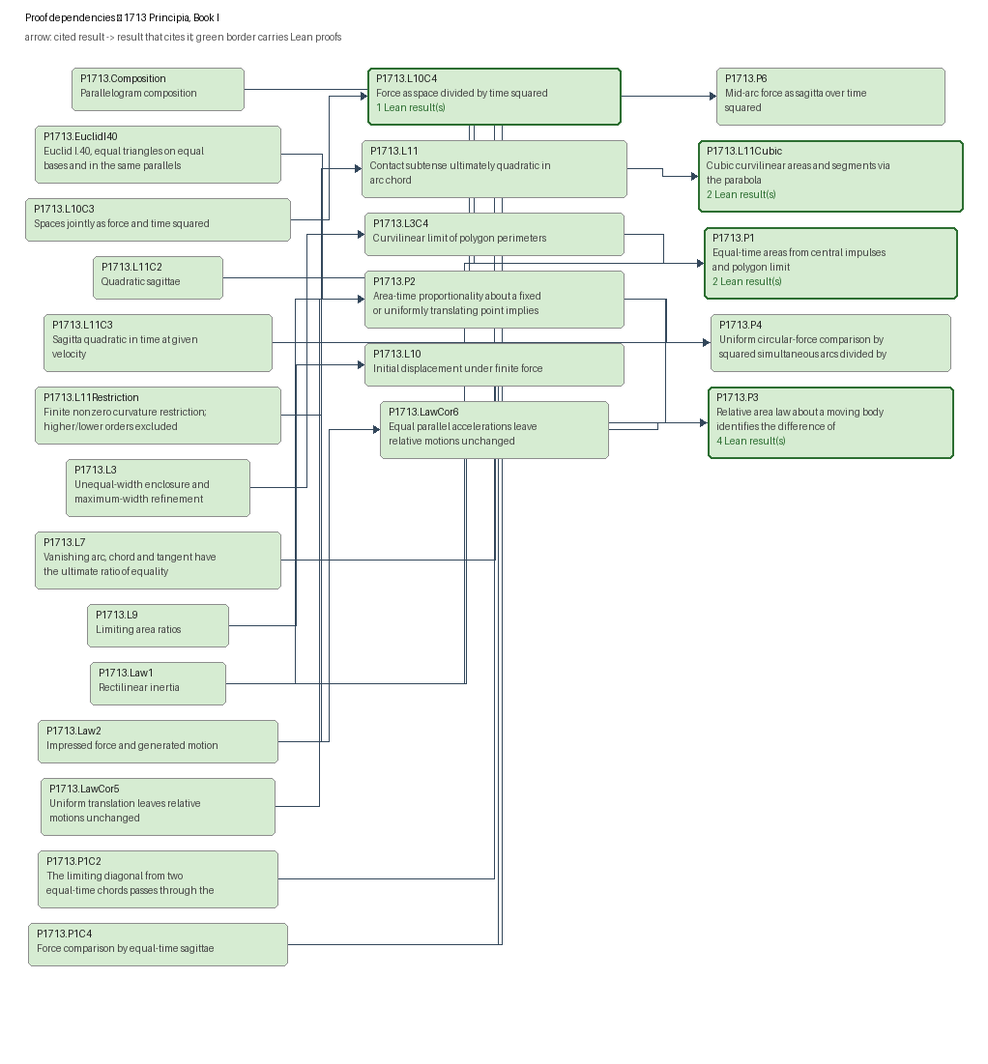
Before: docs/graphs/proof-1713.png, a diagram exported from Graphviz (arivero/newtonlean). Its source is kept beside it as docs/graphs/proof-1713.dot. Source of this version:
```dot
digraph proof-1713 {
  rankdir=LR;
  node [shape=box, style="rounded,filled"];
  "P1713.L11C2" [label="P1713.L11C2\nQuadratic sagittae", fillcolor="#d6ecd2", color="#8d8d8d", penwidth=1];
  "P1713.L10C4" [label="P1713.L10C4\nForce as space divided by time squared\n1 Lean result(s)", fillcolor="#d6ecd2", color="#2c6e31", penwidth=2];
  "P1713.P1C2" [label="P1713.P1C2\nThe limiting diagonal from two\nequal-time chords passes through the", fillcolor="#d6ecd2", color="#8d8d8d", penwidth=1];
  "P1713.L3" [label="P1713.L3\nUnequal-width enclosure and\nmaximum-width refinement", fillcolor="#d6ecd2", color="#8d8d8d", penwidth=1];
  "P1713.L11Restriction" [label="P1713.L11Restriction\nFinite nonzero curvature restriction;\nhigher/lower orders excluded", fillcolor="#d6ecd2", color="#8d8d8d", penwidth=1];
  "P1713.P1" [label="P1713.P1\nEqual-time areas from central impulses\nand polygon limit\n2 Lean result(s)", fillcolor="#d6ecd2", color="#2c6e31", penwidth=2];
  "P1713.L11Cubic" [label="P1713.L11Cubic\nCubic curvilinear areas and segments via\nthe parabola\n2 Lean result(s)", fillcolor="#d6ecd2", color="#2c6e31", penwidth=2];
  "P1713.L9" [label="P1713.L9\nLimiting area ratios", fillcolor="#d6ecd2", color="#8d8d8d", penwidth=1];
  "P1713.P2" [label="P1713.P2\nArea-time proportionality about a fixed\nor uniformly translating point implies", fillcolor="#d6ecd2", color="#8d8d8d", penwidth=1];
  "P1713.L3C4" [label="P1713.L3C4\nCurvilinear limit of polygon perimeters", fillcolor="#d6ecd2", color="#8d8d8d", penwidth=1];
  "P1713.EuclidI40" [label="P1713.EuclidI40\nEuclid I.40, equal triangles on equal\nbases and in the same parallels", fillcolor="#d6ecd2", color="#8d8d8d", penwidth=1];
  "P1713.L10" [label="P1713.L10\nInitial displacement under finite force", fillcolor="#d6ecd2", color="#8d8d8d", penwidth=1];
  "P1713.Law2" [label="P1713.Law2\nImpressed force and generated motion", fillcolor="#d6ecd2", color="#8d8d8d", penwidth=1];
  "P1713.P6" [label="P1713.P6\nMid-arc force as sagitta over time\nsquared", fillcolor="#d6ecd2", color="#8d8d8d", penwidth=1];
  "P1713.L11C3" [label="P1713.L11C3\nSagitta quadratic in time at given\nvelocity", fillcolor="#d6ecd2", color="#8d8d8d", penwidth=1];
  "P1713.L11" [label="P1713.L11\nContact subtense ultimately quadratic in\narc chord", fillcolor="#d6ecd2", color="#8d8d8d", penwidth=1];
  "P1713.LawCor6" [label="P1713.LawCor6\nEqual parallel accelerations leave\nrelative motions unchanged", fillcolor="#d6ecd2", color="#8d8d8d", penwidth=1];
  "P1713.P4" [label="P1713.P4\nUniform circular-force comparison by\nsquared simultaneous arcs divided by", fillcolor="#d6ecd2", color="#8d8d8d", penwidth=1];
  "P1713.Law1" [label="P1713.Law1\nRectilinear inertia", fillcolor="#d6ecd2", color="#8d8d8d", penwidth=1];
  "P1713.L7" [label="P1713.L7\nVanishing arc, chord and tangent have\nthe ultimate ratio of equality", fillcolor="#d6ecd2", color="#8d8d8d", penwidth=1];
  "P1713.L10C3" [label="P1713.L10C3\nSpaces jointly as force and time squared", fillcolor="#d6ecd2", color="#8d8d8d", penwidth=1];
  "P1713.Composition" [label="P1713.Composition\nParallelogram composition", fillcolor="#d6ecd2", color="#8d8d8d", penwidth=1];
  "P1713.LawCor5" [label="P1713.LawCor5\nUniform translation leaves relative\nmotions unchanged", fillcolor="#d6ecd2", color="#8d8d8d", penwidth=1];
  "P1713.P1C4" [label="P1713.P1C4\nForce comparison by equal-time sagittae", fillcolor="#d6ecd2", color="#8d8d8d", penwidth=1];
  "P1713.P3" [label="P1713.P3\nRelative area law about a moving body\nidentifies the difference of\n4 Lean result(s)", fillcolor="#d6ecd2", color="#2c6e31", penwidth=2];
  "P1713.Law1" -> "P1713.P2" [style=solid, label="proof dependency", fontsize=9];
  "P1713.Law2" -> "P1713.P2" [style=solid, label="proof dependency", fontsize=9];
  "P1713.EuclidI40" -> "P1713.P2" [style=solid, label="proof dependency", fontsize=9];
  "P1713.LawCor5" -> "P1713.P2" [style=solid, label="proof dependency", fontsize=9];
  "P1713.Law2" -> "P1713.LawCor6" [style=solid, label="proof dependency", fontsize=9];
  "P1713.LawCor6" -> "P1713.P3" [style=solid, label="proof dependency", fontsize=9];
  "P1713.Law1" -> "P1713.P3" [style=solid, label="proof dependency", fontsize=9];
  "P1713.P2" -> "P1713.P3" [style=solid, label="proof dependency", fontsize=9];
  "P1713.P2" -> "P1713.P4" [style=solid, label="proof dependency", fontsize=9];
  "P1713.P1C2" -> "P1713.P4" [style=solid, label="proof dependency", fontsize=9];
  "P1713.P1C4" -> "P1713.P4" [style=solid, label="proof dependency", fontsize=9];
  "P1713.L7" -> "P1713.P4" [style=solid, label="proof dependency", fontsize=9];
  "P1713.L9" -> "P1713.L10" [style=solid, label="proof dependency", fontsize=9];
  "P1713.L10C3" -> "P1713.L10C4" [style=solid, label="proof dependency", fontsize=9];
  "P1713.Law1" -> "P1713.P1" [style=solid, label="proof dependency", fontsize=9];
  "P1713.Composition" -> "P1713.P1" [style=solid, label="proof dependency", fontsize=9];
  "P1713.L3C4" -> "P1713.P1" [style=solid, label="proof dependency", fontsize=9];
  "P1713.L3" -> "P1713.L3C4" [style=dashed, label="proof dependency", fontsize=9];
  "P1713.L11" -> "P1713.L11Cubic" [style=dashed, label="proof dependency", fontsize=9];
  "P1713.L11Restriction" -> "P1713.L11" [style=solid, label="proof dependency", fontsize=9];
  "P1713.P1C4" -> "P1713.P6" [style=solid, label="proof dependency", fontsize=9];
  "P1713.L11C2" -> "P1713.P6" [style=solid, label="proof dependency", fontsize=9];
  "P1713.L11C3" -> "P1713.P6" [style=solid, label="proof dependency", fontsize=9];
  "P1713.L10C4" -> "P1713.P6" [style=solid, label="proof dependency", fontsize=9];
}
```
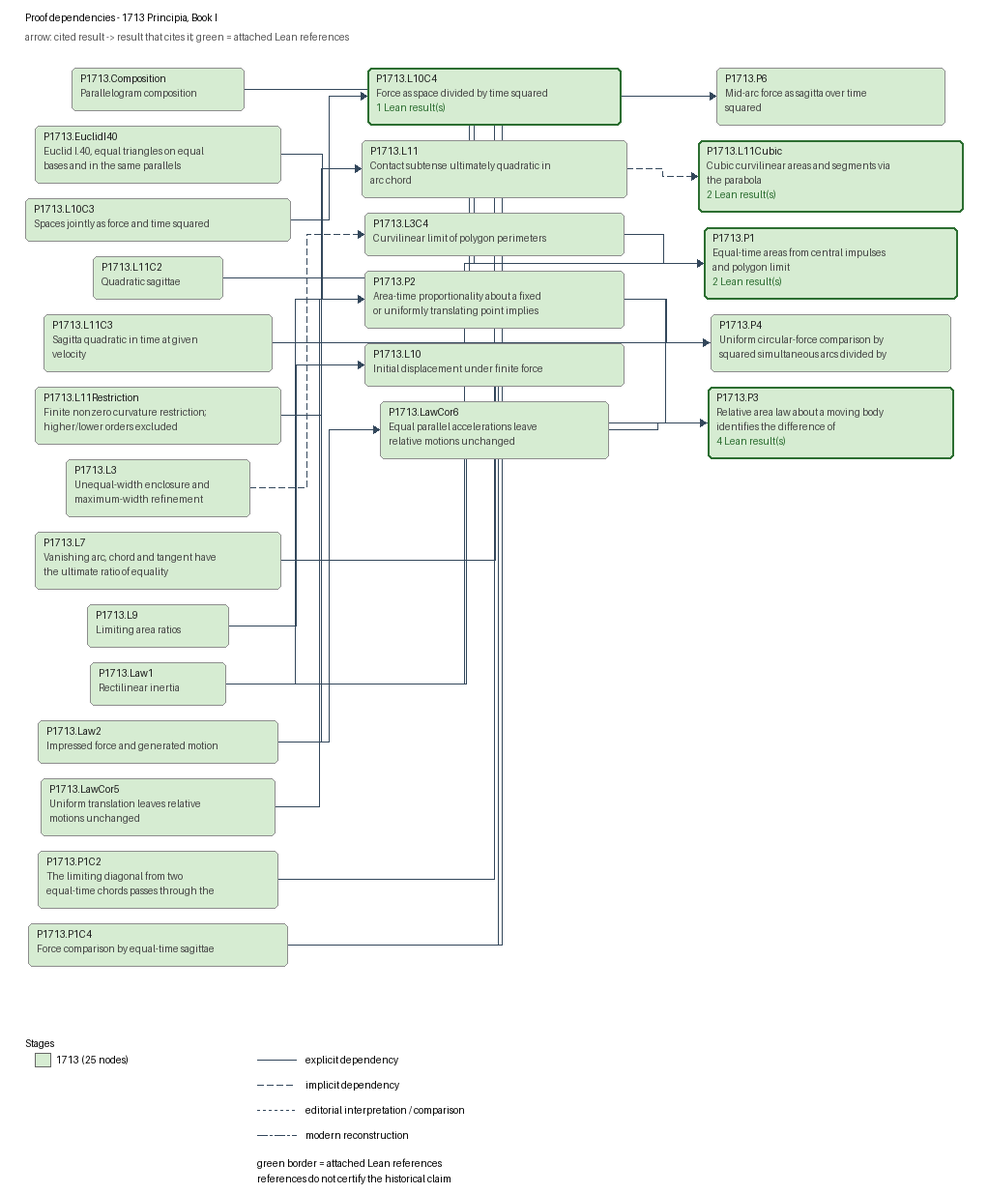
The same file after the commit.

Diff of the diagram source:
```diff
@@ -1,53 +1,53 @@
 digraph proof-1713 {
   rankdir=LR;
   node [shape=box, style="rounded,filled"];
-  "P1713.L11C2" [label="P1713.L11C2\nQuadratic sagittae", fillcolor="#d6ecd2", color="#8d8d8d", penwidth=1];
-  "P1713.L10C4" [label="P1713.L10C4\nForce as space divided by time squared\n1 Lean result(s)", fillcolor="#d6ecd2", color="#2c6e31", penwidth=2];
-  "P1713.P1C2" [label="P1713.P1C2\nThe limiting diagonal from two\nequal-time chords passes through the", fillcolor="#d6ecd2", color="#8d8d8d", penwidth=1];
-  "P1713.L3" [label="P1713.L3\nUnequal-width enclosure and\nmaximum-width refinement", fillcolor="#d6ecd2", color="#8d8d8d", penwidth=1];
-  "P1713.L11Restriction" [label="P1713.L11Restriction\nFinite nonzero curvature restriction;\nhigher/lower orders excluded", fillcolor="#d6ecd2", color="#8d8d8d", penwidth=1];
-  "P1713.P1" [label="P1713.P1\nEqual-time areas from central impulses\nand polygon limit\n2 Lean result(s)", fillcolor="#d6ecd2", color="#2c6e31", penwidth=2];
-  "P1713.L11Cubic" [label="P1713.L11Cubic\nCubic curvilinear areas and segments via\nthe parabola\n2 Lean result(s)", fillcolor="#d6ecd2", color="#2c6e31", penwidth=2];
-  "P1713.L9" [label="P1713.L9\nLimiting area ratios", fillcolor="#d6ecd2", color="#8d8d8d", penwidth=1];
-  "P1713.P2" [label="P1713.P2\nArea-time proportionality about a fixed\nor uniformly translating point implies", fillcolor="#d6ecd2", color="#8d8d8d", penwidth=1];
-  "P1713.L3C4" [label="P1713.L3C4\nCurvilinear limit of polygon perimeters", fillcolor="#d6ecd2", color="#8d8d8d", penwidth=1];
+  "P1713.Composition" [label="P1713.Composition\nParallelogram composition", fillcolor="#d6ecd2", color="#8d8d8d", penwidth=1];
   "P1713.EuclidI40" [label="P1713.EuclidI40\nEuclid I.40, equal triangles on equal\nbases and in the same parallels", fillcolor="#d6ecd2", color="#8d8d8d", penwidth=1];
   "P1713.L10" [label="P1713.L10\nInitial displacement under finite force", fillcolor="#d6ecd2", color="#8d8d8d", penwidth=1];
+  "P1713.L10C3" [label="P1713.L10C3\nSpaces jointly as force and time squared", fillcolor="#d6ecd2", color="#8d8d8d", penwidth=1];
+  "P1713.L10C4" [label="P1713.L10C4\nForce as space divided by time squared\n1 Lean result(s)", fillcolor="#d6ecd2", color="#2c6e31", penwidth=2];
+  "P1713.L11" [label="P1713.L11\nContact subtense ultimately quadratic in\narc chord", fillcolor="#d6ecd2", color="#8d8d8d", penwidth=1];
+  "P1713.L11C2" [label="P1713.L11C2\nQuadratic sagittae", fillcolor="#d6ecd2", color="#8d8d8d", penwidth=1];
+  "P1713.L11C3" [label="P1713.L11C3\nSagitta quadratic in time at given\nvelocity", fillcolor="#d6ecd2", color="#8d8d8d", penwidth=1];
+  "P1713.L11Cubic" [label="P1713.L11Cubic\nCubic curvilinear areas and segments via\nthe parabola\n2 Lean result(s)", fillcolor="#d6ecd2", color="#2c6e31", penwidth=2];
+  "P1713.L11Restriction" [label="P1713.L11Restriction\nFinite nonzero curvature restriction;\nhigher/lower orders excluded", fillcolor="#d6ecd2", color="#8d8d8d", penwidth=1];
+  "P1713.L3" [label="P1713.L3\nUnequal-width enclosure and\nmaximum-width refinement", fillcolor="#d6ecd2", color="#8d8d8d", penwidth=1];
+  "P1713.L3C4" [label="P1713.L3C4\nCurvilinear limit of polygon perimeters", fillcolor="#d6ecd2", color="#8d8d8d", penwidth=1];
+  "P1713.L7" [label="P1713.L7\nVanishing arc, chord and tangent have\nthe ultimate ratio of equality", fillcolor="#d6ecd2", color="#8d8d8d", penwidth=1];
+  "P1713.L9" [label="P1713.L9\nLimiting area ratios", fillcolor="#d6ecd2", color="#8d8d8d", penwidth=1];
+  "P1713.Law1" [label="P1713.Law1\nRectilinear inertia", fillcolor="#d6ecd2", color="#8d8d8d", penwidth=1];
   "P1713.Law2" [label="P1713.Law2\nImpressed force and generated motion", fillcolor="#d6ecd2", color="#8d8d8d", penwidth=1];
+  "P1713.LawCor5" [label="P1713.LawCor5\nUniform translation leaves relative\nmotions unchanged", fillcolor="#d6ecd2", color="#8d8d8d", penwidth=1];
+  "P1713.LawCor6" [label="P1713.LawCor6\nEqual parallel accelerations leave\nrelative motions unchanged", fillcolor="#d6ecd2", color="#8d8d8d", penwidth=1];
+  "P1713.P1" [label="P1713.P1\nEqual-time areas from central impulses\nand polygon limit\n2 Lean result(s)", fillcolor="#d6ecd2", color="#2c6e31", penwidth=2];
+  "P1713.P1C2" [label="P1713.P1C2\nThe limiting diagonal from two\nequal-time chords passes through the", fillcolor="#d6ecd2", color="#8d8d8d", penwidth=1];
+  "P1713.P1C4" [label="P1713.P1C4\nForce comparison by equal-time sagittae", fillcolor="#d6ecd2", color="#8d8d8d", penwidth=1];
+  "P1713.P2" [label="P1713.P2\nArea-time proportionality about a fixed\nor uniformly translating point implies", fillcolor="#d6ecd2", color="#8d8d8d", penwidth=1];
+  "P1713.P3" [label="P1713.P3\nRelative area law about a moving body\nidentifies the difference of\n4 Lean result(s)", fillcolor="#d6ecd2", color="#2c6e31", penwidth=2];
+  "P1713.P4" [label="P1713.P4\nUniform circular-force comparison by\nsquared simultaneous arcs divided by", fillcolor="#d6ecd2", color="#8d8d8d", penwidth=1];
   "P1713.P6" [label="P1713.P6\nMid-arc force as sagitta over time\nsquared", fillcolor="#d6ecd2", color="#8d8d8d", penwidth=1];
-  "P1713.L11C3" [label="P1713.L11C3\nSagitta quadratic in time at given\nvelocity", fillcolor="#d6ecd2", color="#8d8d8d", penwidth=1];
-  "P1713.L11" [label="P1713.L11\nContact subtense ultimately quadratic in\narc chord", fillcolor="#d6ecd2", color="#8d8d8d", penwidth=1];
-  "P1713.LawCor6" [label="P1713.LawCor6\nEqual parallel accelerations leave\nrelative motions unchanged", fillcolor="#d6ecd2", color="#8d8d8d", penwidth=1];
-  "P1713.P4" [label="P1713.P4\nUniform circular-force comparison by\nsquared simultaneous arcs divided by", fillcolor="#d6ecd2", color="#8d8d8d", penwidth=1];
-  "P1713.Law1" [label="P1713.Law1\nRectilinear inertia", fillcolor="#d6ecd2", color="#8d8d8d", penwidth=1];
-  "P1713.L7" [label="P1713.L7\nVanishing arc, chord and tangent have\nthe ultimate ratio of equality", fillcolor="#d6ecd2", color="#8d8d8d", penwidth=1];
-  "P1713.L10C3" [label="P1713.L10C3\nSpaces jointly as force and time squared", fillcolor="#d6ecd2", color="#8d8d8d", penwidth=1];
-  "P1713.Composition" [label="P1713.Composition\nParallelogram composition", fillcolor="#d6ecd2", color="#8d8d8d", penwidth=1];
-  "P1713.LawCor5" [label="P1713.LawCor5\nUniform translation leaves relative\nmotions unchanged", fillcolor="#d6ecd2", color="#8d8d8d", penwidth=1];
-  "P1713.P1C4" [label="P1713.P1C4\nForce comparison by equal-time sagittae", fillcolor="#d6ecd2", color="#8d8d8d", penwidth=1];
-  "P1713.P3" [label="P1713.P3\nRelative area law about a moving body\nidentifies the difference of\n4 Lean result(s)", fillcolor="#d6ecd2", color="#2c6e31", penwidth=2];
-  "P1713.Law1" -> "P1713.P2" [style=solid, label="proof dependency", fontsize=9];
-  "P1713.Law2" -> "P1713.P2" [style=solid, label="proof dependency", fontsize=9];
-  "P1713.EuclidI40" -> "P1713.P2" [style=solid, label="proof dependency", fontsize=9];
-  "P1713.LawCor5" -> "P1713.P2" [style=solid, label="proof dependency", fontsize=9];
-  "P1713.Law2" -> "P1713.LawCor6" [style=solid, label="proof dependency", fontsize=9];
-  "P1713.LawCor6" -> "P1713.P3" [style=solid, label="proof dependency", fontsize=9];
-  "P1713.Law1" -> "P1713.P3" [style=solid, label="proof dependency", fontsize=9];
-  "P1713.P2" -> "P1713.P3" [style=solid, label="proof dependency", fontsize=9];
-  "P1713.P2" -> "P1713.P4" [style=solid, label="proof dependency", fontsize=9];
-  "P1713.P1C2" -> "P1713.P4" [style=solid, label="proof dependency", fontsize=9];
-  "P1713.P1C4" -> "P1713.P4" [style=solid, label="proof dependency", fontsize=9];
-  "P1713.L7" -> "P1713.P4" [style=solid, label="proof dependency", fontsize=9];
-  "P1713.L9" -> "P1713.L10" [style=solid, label="proof dependency", fontsize=9];
-  "P1713.L10C3" -> "P1713.L10C4" [style=solid, label="proof dependency", fontsize=9];
-  "P1713.Law1" -> "P1713.P1" [style=solid, label="proof dependency", fontsize=9];
-  "P1713.Composition" -> "P1713.P1" [style=solid, label="proof dependency", fontsize=9];
-  "P1713.L3C4" -> "P1713.P1" [style=solid, label="proof dependency", fontsize=9];
-  "P1713.L3" -> "P1713.L3C4" [style=dashed, label="proof dependency", fontsize=9];
-  "P1713.L11" -> "P1713.L11Cubic" [style=dashed, label="proof dependency", fontsize=9];
-  "P1713.L11Restriction" -> "P1713.L11" [style=solid, label="proof dependency", fontsize=9];
-  "P1713.P1C4" -> "P1713.P6" [style=solid, label="proof dependency", fontsize=9];
-  "P1713.L11C2" -> "P1713.P6" [style=solid, label="proof dependency", fontsize=9];
-  "P1713.L11C3" -> "P1713.P6" [style=solid, label="proof dependency", fontsize=9];
-  "P1713.L10C4" -> "P1713.P6" [style=solid, label="proof dependency", fontsize=9];
+  "P1713.Law1" -> "P1713.P2" [style=solid, label="proof dependency: explicit_dependency", fontsize=9];
+  "P1713.Law2" -> "P1713.P2" [style=solid, label="proof dependency: explicit_dependency", fontsize=9];
+  "P1713.EuclidI40" -> "P1713.P2" [style=solid, label="proof dependency: explicit_dependency", fontsize=9];
+  "P1713.LawCor5" -> "P1713.P2" [style=solid, label="proof dependency: explicit_dependency", fontsize=9];
+  "P1713.Law2" -> "P1713.LawCor6" [style=solid, label="proof dependency: explicit_dependency", fontsize=9];
+  "P1713.LawCor6" -> "P1713.P3" [style=solid, label="proof dependency: explicit_dependency", fontsize=9];
+  "P1713.Law1" -> "P1713.P3" [style=solid, label="proof dependency: explicit_dependency", fontsize=9];
+  "P1713.P2" -> "P1713.P3" [style=solid, label="proof dependency: explicit_dependency", fontsize=9];
+  "P1713.P2" -> "P1713.P4" [style=solid, label="proof dependency: explicit_dependency", fontsize=9];
+  "P1713.P1C2" -> "P1713.P4" [style=solid, label="proof dependency: explicit_dependency", fontsize=9];
+  "P1713.P1C4" -> "P1713.P4" [style=solid, label="proof dependency: explicit_dependency", fontsize=9];
+  "P1713.L7" -> "P1713.P4" [style=solid, label="proof dependency: explicit_dependency", fontsize=9];
+  "P1713.L9" -> "P1713.L10" [style=solid, label="proof dependency: explicit_dependency", fontsize=9];
+  "P1713.L10C3" -> "P1713.L10C4" [style=solid, label="proof dependency: explicit_dependency", fontsize=9];
+  "P1713.Law1" -> "P1713.P1" [style=solid, label="proof dependency: explicit_dependency", fontsize=9];
+  "P1713.Composition" -> "P1713.P1" [style=solid, label="proof dependency: explicit_dependency", fontsize=9];
+  "P1713.L3C4" -> "P1713.P1" [style=solid, label="proof dependency: explicit_dependency", fontsize=9];
+  "P1713.L3" -> "P1713.L3C4" [style=dashed, label="proof dependency: implicit_dependency", fontsize=9];
+  "P1713.L11" -> "P1713.L11Cubic" [style=dashed, label="proof dependency: implicit_dependency", fontsize=9];
+  "P1713.L11Restriction" -> "P1713.L11" [style=solid, label="proof dependency: explicit_dependency", fontsize=9];
+  "P1713.P1C4" -> "P1713.P6" [style=solid, label="proof dependency: explicit_dependency", fontsize=9];
+  "P1713.L11C2" -> "P1713.P6" [style=solid, label="proof dependency: explicit_dependency", fontsize=9];
+  "P1713.L11C3" -> "P1713.P6" [style=solid, label="proof dependency: explicit_dependency", fontsize=9];
+  "P1713.L10C4" -> "P1713.P6" [style=solid, label="proof dependency: explicit_dependency", fontsize=9];
 }
```
